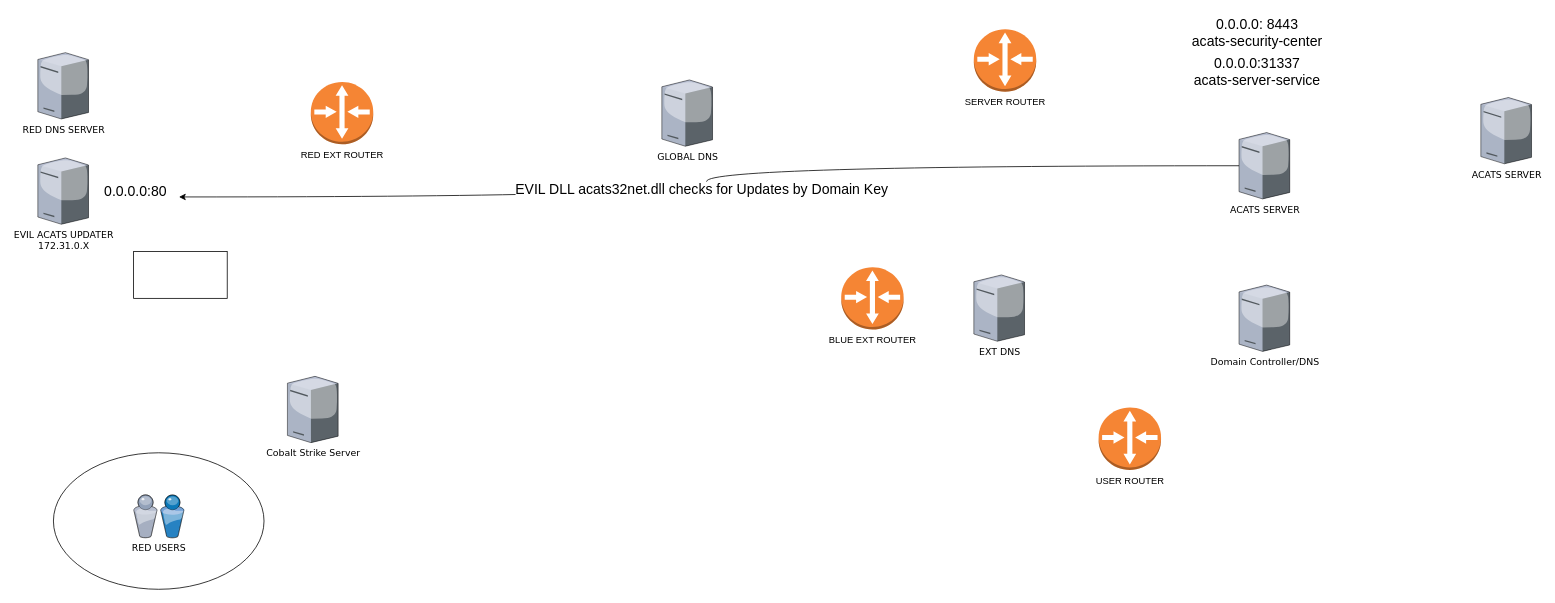
arosenmund/attack-diagrams keeps this draw.io diagram as Untitled Diagram.drawio. Above is the earlier version. Source tidied: cells renumbered, new cells numbered last; positions are measured from the earlier drawing's top-left corner, leaving out a move shared by most shapes. Both pictures are drawn from the tidied source at 78%, with x=0, y=0 at pixel (37, 13).
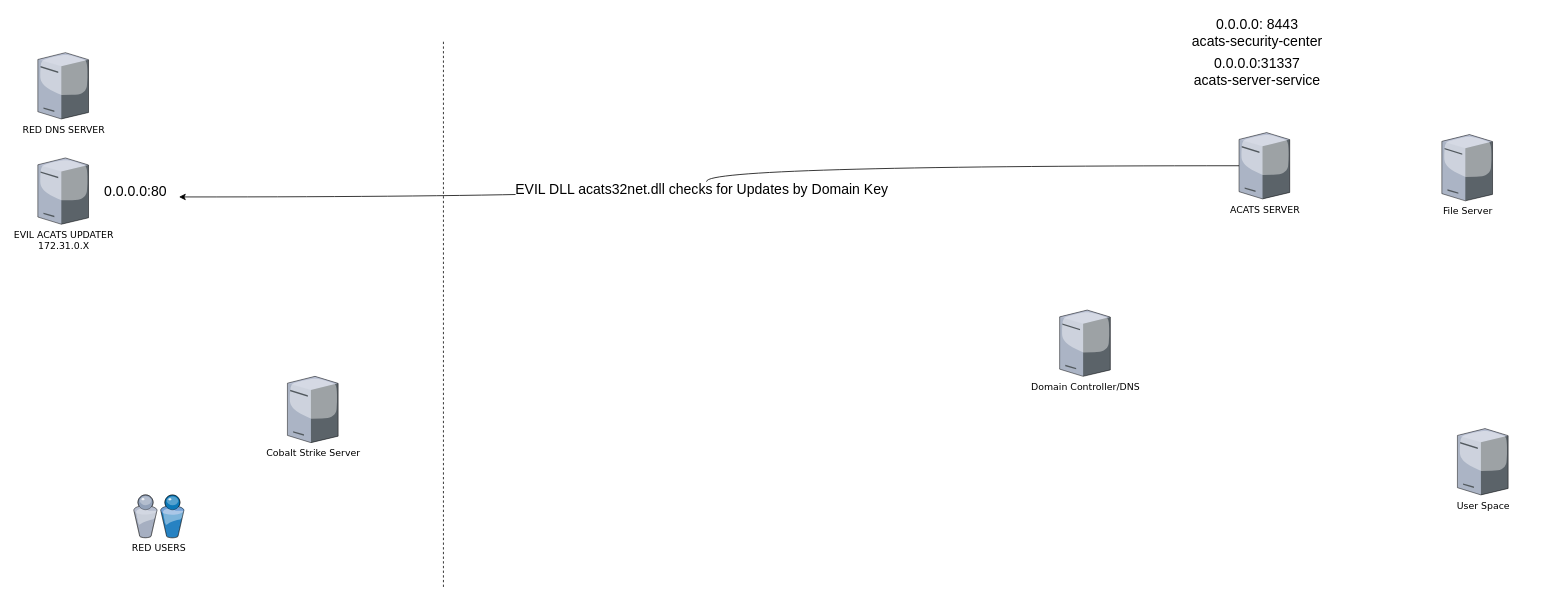
After the change.

What changed in the source:
```diff
@@
-    <mxCell id="2" style="ellipse;whiteSpace=wrap;html=1;rounded=0;shadow=0;comic=0;strokeWidth=1;fontFamily=Verdana;" parent="1" vertex="1">
-      <mxGeometry x="20" y="563" width="270" height="175" as="geometry" />
-    </mxCell>
@@
-    <mxCell id="5" value="GLOBAL DNS" style="verticalLabelPosition=bottom;html=1;verticalAlign=top;strokeColor=none;shape=mxgraph.citrix.tower_server;rounded=0;shadow=0;comic=0;fontFamily=Verdana;" parent="1" vertex="1">
-      <mxGeometry x="800" y="85" width="65" height="85" as="geometry" />
-    </mxCell>
@@
-    <mxCell id="7" value="ACATS SERVER" style="verticalLabelPosition=bottom;html=1;verticalAlign=top;strokeColor=none;shape=mxgraph.citrix.tower_server;rounded=0;shadow=0;comic=0;fontFamily=Verdana;" parent="1" vertex="1">
-      <mxGeometry x="1850" y="107.5" width="65" height="85" as="geometry" />
+    <mxCell id="7" value="File Server&lt;br&gt;" style="verticalLabelPosition=bottom;html=1;verticalAlign=top;strokeColor=none;shape=mxgraph.citrix.tower_server;rounded=0;shadow=0;comic=0;fontFamily=Verdana;" parent="1" vertex="1">
+      <mxGeometry x="1800" y="155" width="65" height="85" as="geometry" />
     </mxCell>
-    <mxCell id="8" value="RED EXT ROUTER" style="dashed=0;verticalLabelPosition=bottom;verticalAlign=top;align=center;html=1;shape=mxgraph.aws3.router;fillColor=#F58534;gradientColor=none;" parent="1" vertex="1">
-      <mxGeometry x="350" y="87.5" width="80" height="80" as="geometry" />
-    </mxCell>
@@
-    <mxCell id="10" value="BLUE EXT ROUTER" style="dashed=0;verticalLabelPosition=bottom;verticalAlign=top;align=center;html=1;shape=mxgraph.aws3.router;fillColor=#F58534;gradientColor=none;" parent="1" vertex="1">
-      <mxGeometry x="1030" y="325" width="80" height="80" as="geometry" />
-    </mxCell>
-    <mxCell id="11" value="SERVER ROUTER" style="dashed=0;verticalLabelPosition=bottom;verticalAlign=top;align=center;html=1;shape=mxgraph.aws3.router;fillColor=#F58534;gradientColor=none;" parent="1" vertex="1">
-      <mxGeometry x="1200" y="20" width="80" height="80" as="geometry" />
-    </mxCell>
-    <mxCell id="12" value="USER ROUTER" style="dashed=0;verticalLabelPosition=bottom;verticalAlign=top;align=center;html=1;shape=mxgraph.aws3.router;fillColor=#F58534;gradientColor=none;" parent="1" vertex="1">
-      <mxGeometry x="1360" y="505" width="80" height="80" as="geometry" />
-    </mxCell>
-    <mxCell id="13" value="EXT DNS" style="verticalLabelPosition=bottom;html=1;verticalAlign=top;strokeColor=none;shape=mxgraph.citrix.tower_server;rounded=0;shadow=0;comic=0;fontFamily=Verdana;" parent="1" vertex="1">
-      <mxGeometry x="1200" y="335" width="65" height="85" as="geometry" />
-    </mxCell>
     <mxCell id="14" value="Domain Controller/DNS" style="verticalLabelPosition=bottom;html=1;verticalAlign=top;strokeColor=none;shape=mxgraph.citrix.tower_server;rounded=0;shadow=0;comic=0;fontFamily=Verdana;" parent="1" vertex="1">
-      <mxGeometry x="1540" y="348" width="65" height="85" as="geometry" />
+      <mxGeometry x="1310" y="380" width="65" height="85" as="geometry" />
     </mxCell>
@@
-    <mxCell id="20" style="whiteSpace=wrap;html=1;fontSize=18;" parent="1" vertex="1">
-      <mxGeometry x="122.8" y="305" width="120" height="60" as="geometry" />
-    </mxCell>
+    <mxCell id="21" style="endArrow=none;dashed=1;html=1;rounded=0;" parent="1" edge="1">
+      <mxGeometry relative="1" as="geometry">
+        <mxPoint x="520" y="735" as="sourcePoint" />
+        <mxPoint x="520" y="35" as="targetPoint" />
+      </mxGeometry>
+    </mxCell>
+    <mxCell id="22" value="User Space" style="verticalLabelPosition=bottom;html=1;verticalAlign=top;strokeColor=none;shape=mxgraph.citrix.tower_server;rounded=0;shadow=0;comic=0;fontFamily=Verdana;" parent="1" vertex="1">
+      <mxGeometry x="1820" y="532" width="65" height="85" as="geometry" />
+    </mxCell>
```
